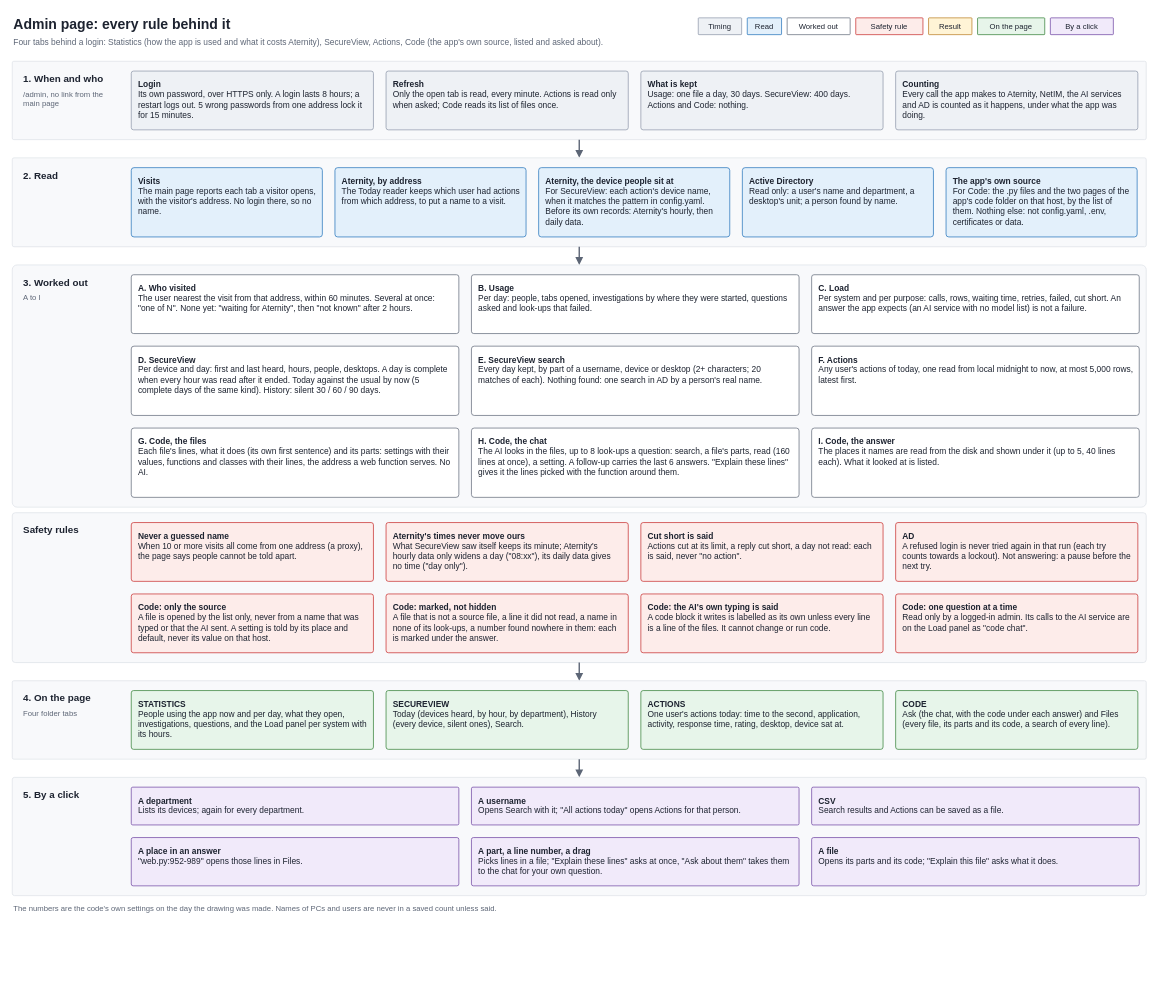
Above: docs/diagrams/06-admin-page-logic.drawio in j6dtt/blank (draw.io), before the change. Source tidied: cells renumbered, new cells numbered last; positions are measured from the earlier drawing's top-left corner, leaving out a move shared by most shapes. Both pictures are drawn from the tidied source at 70%, with x=0, y=0 at pixel (12, 12).
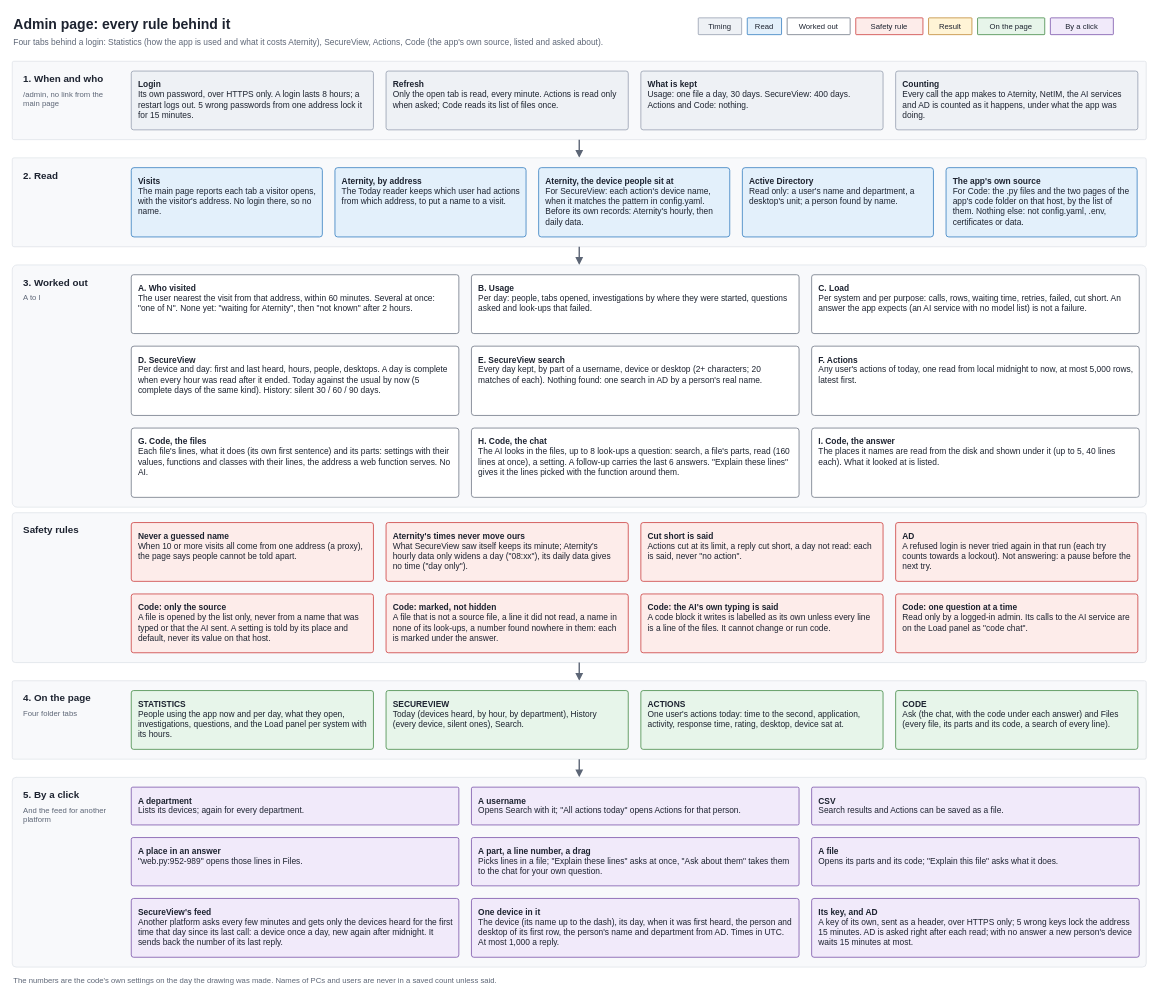
The same page after the edit.

What changed in the source:
```diff
@@
     <mxCell id="60" style="rounded=1;whiteSpace=wrap;html=1;fillColor=#f8f9fb;strokeColor=#dde1e7;fontSize=12;fontColor=#1d2330;align=left;verticalAlign=top;arcSize=4;spacingLeft=8;spacingRight=8;spacingTop=6;spacingBottom=6;arcSize=2;" parent="1" vertex="1">
-      <mxGeometry y="1093" width="1620" height="169" as="geometry" />
+      <mxGeometry y="1093" width="1620" height="271" as="geometry" />
     </mxCell>
@@
-    <mxCell id="62" style="text;html=1;fontSize=11;fontColor=#5d6676;align=left;verticalAlign=top;whiteSpace=wrap;spacing=2;" parent="1" vertex="1">
-      <mxGeometry x="14" y="1127" width="136" height="129" as="geometry" />
+    <mxCell id="62" value="And the feed for another platform" style="text;html=1;fontSize=11;fontColor=#5d6676;align=left;verticalAlign=top;whiteSpace=wrap;spacing=2;" parent="1" vertex="1">
+      <mxGeometry x="14" y="1127" width="136" height="231" as="geometry" />
     </mxCell>
@@
-    <mxCell id="69" value="The numbers are the code's own settings on the day the drawing was made. Names of PCs and users are never in a saved count unless said." style="text;html=1;fontSize=11;fontColor=#5d6676;align=left;verticalAlign=middle;whiteSpace=wrap;spacing=2;" parent="1" vertex="1">
-      <mxGeometry y="1270" width="1620" height="22" as="geometry" />
+    <mxCell id="69" value="&lt;b&gt;SecureView's feed&lt;/b&gt;&lt;br&gt;Another platform asks every few minutes and gets only the devices heard for the first time that day since its last call: a device once a day, new again after midnight. It sends back the number of its last reply." style="rounded=1;whiteSpace=wrap;html=1;fillColor=#f1eafa;strokeColor=#6b3fa0;fontSize=12;fontColor=#1d2330;align=left;verticalAlign=top;arcSize=4;spacingLeft=8;spacingRight=8;spacingTop=6;spacingBottom=6;" parent="1" vertex="1">
+      <mxGeometry x="170" y="1266" width="468" height="84" as="geometry" />
     </mxCell>
+    <mxCell id="70" value="&lt;b&gt;One device in it&lt;/b&gt;&lt;br&gt;The device (its name up to the dash), its day, when it was first heard, the person and desktop of its first row, the person's name and department from AD. Times in UTC. At most 1,000 a reply." style="rounded=1;whiteSpace=wrap;html=1;fillColor=#f1eafa;strokeColor=#6b3fa0;fontSize=12;fontColor=#1d2330;align=left;verticalAlign=top;arcSize=4;spacingLeft=8;spacingRight=8;spacingTop=6;spacingBottom=6;" parent="1" vertex="1">
+      <mxGeometry x="656" y="1266" width="468" height="84" as="geometry" />
+    </mxCell>
+    <mxCell id="71" value="&lt;b&gt;Its key, and AD&lt;/b&gt;&lt;br&gt;A key of its own, sent as a header, over HTTPS only; 5 wrong keys lock the address 15 minutes. AD is asked right after each read; with no answer a new person's device waits 15 minutes at most." style="rounded=1;whiteSpace=wrap;html=1;fillColor=#f1eafa;strokeColor=#6b3fa0;fontSize=12;fontColor=#1d2330;align=left;verticalAlign=top;arcSize=4;spacingLeft=8;spacingRight=8;spacingTop=6;spacingBottom=6;" parent="1" vertex="1">
+      <mxGeometry x="1142" y="1266" width="468" height="84" as="geometry" />
+    </mxCell>
+    <mxCell id="72" value="The numbers are the code's own settings on the day the drawing was made. Names of PCs and users are never in a saved count unless said." style="text;html=1;fontSize=11;fontColor=#5d6676;align=left;verticalAlign=middle;whiteSpace=wrap;spacing=2;" parent="1" vertex="1">
+      <mxGeometry y="1372" width="1620" height="22" as="geometry" />
+    </mxCell>
```
